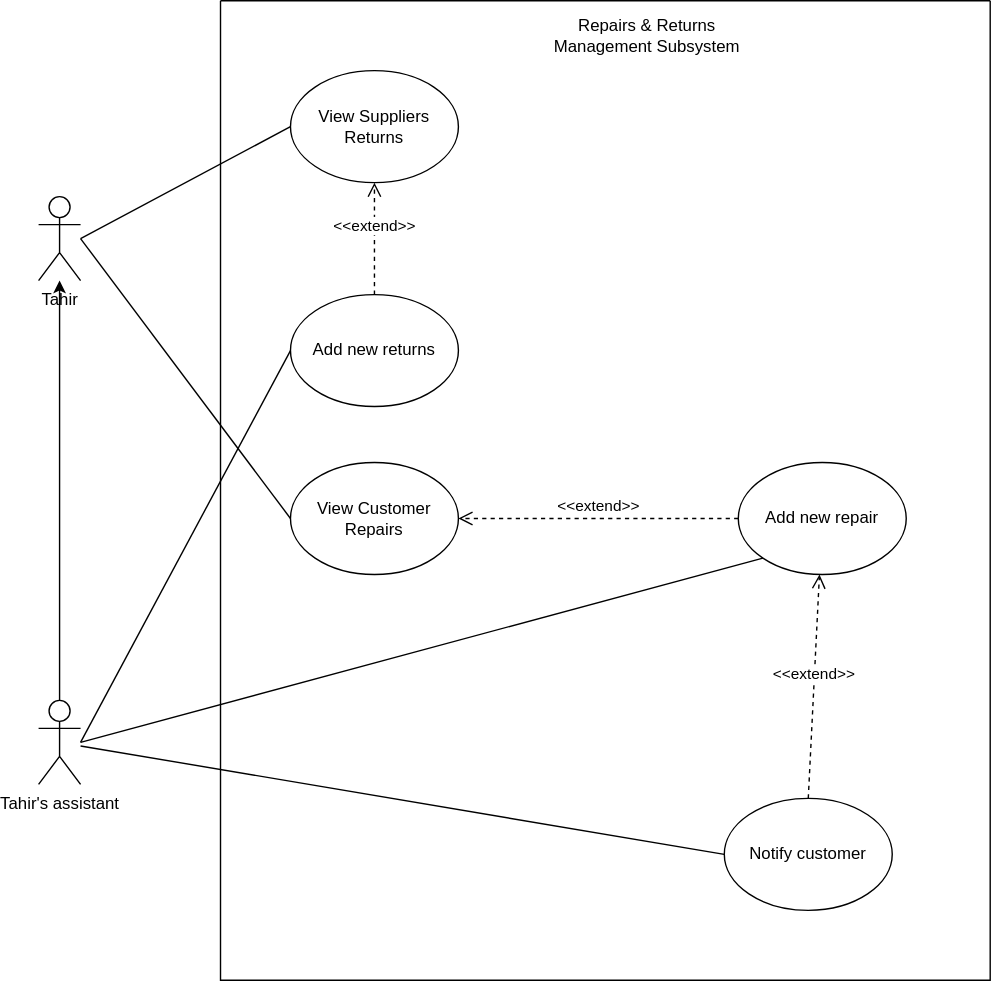
Above: Repairs and Damages.drawio.svg in Simamkele88/IFM3_GP (draw.io), before the change. Source tidied: cells renumbered, new cells last; positions are measured from the earlier drawing's top-left corner, leaving out a move shared by most shapes.
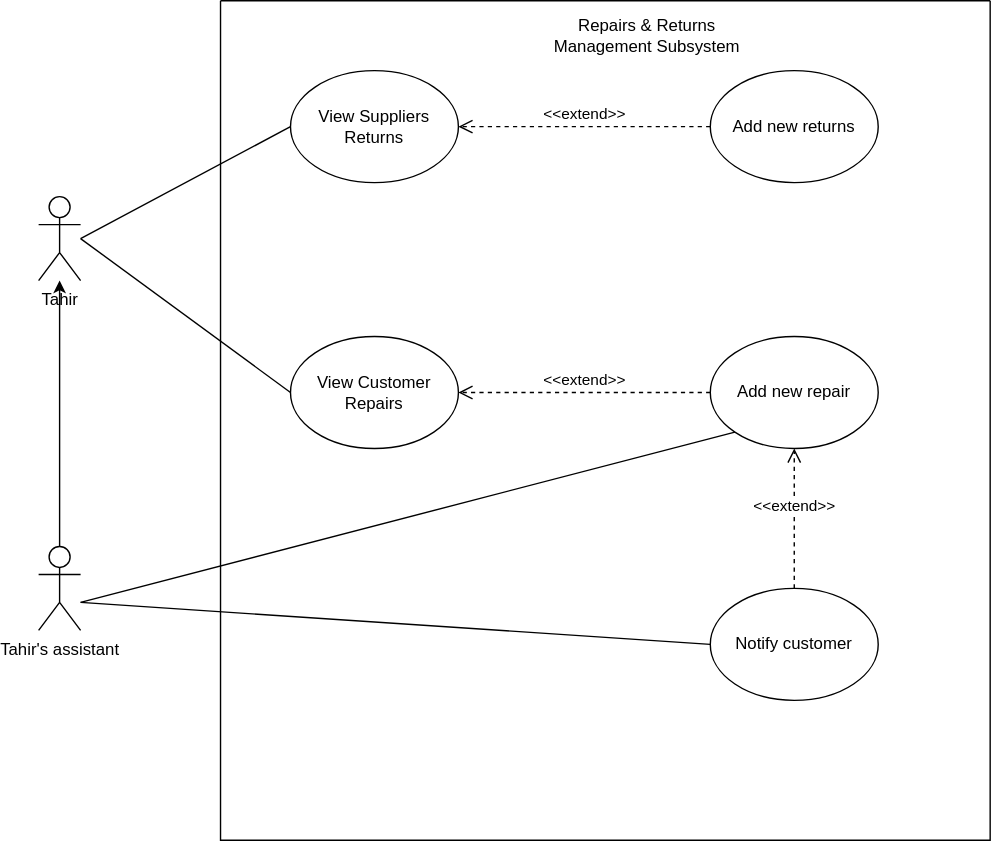
After the commit.

Change to the diagram source:
```diff
@@ -3,7 +3,7 @@
     <mxCell id="0" />
     <mxCell id="1" parent="0" />
     <mxCell id="2" style="swimlane;startSize=0;" parent="1" vertex="1">
-      <mxGeometry x="130" width="550" height="700" as="geometry" />
+      <mxGeometry x="130" width="550" height="600" as="geometry" />
     </mxCell>
     <mxCell id="3" value="Repairs &amp;amp; Returns Management Subsystem" style="text;html=1;align=center;verticalAlign=middle;whiteSpace=wrap;rounded=0;" parent="2" vertex="1">
       <mxGeometry x="230" y="10" width="150" height="30" as="geometry" />
@@ -12,16 +12,16 @@
       <mxGeometry x="50" y="50" width="120" height="80" as="geometry" />
     </mxCell>
     <mxCell id="5" value="Add new returns" style="ellipse;whiteSpace=wrap;html=1;" parent="2" vertex="1">
-      <mxGeometry x="50" y="210" width="120" height="80" as="geometry" />
+      <mxGeometry x="350" y="50" width="120" height="80" as="geometry" />
     </mxCell>
     <mxCell id="6" value="Add new repair" style="ellipse;whiteSpace=wrap;html=1;" parent="2" vertex="1">
-      <mxGeometry x="370" y="330" width="120" height="80" as="geometry" />
+      <mxGeometry x="350" y="240" width="120" height="80" as="geometry" />
     </mxCell>
     <mxCell id="7" value="View Customer&lt;div&gt;Repairs&lt;/div&gt;" style="ellipse;whiteSpace=wrap;html=1;" parent="2" vertex="1">
-      <mxGeometry x="50" y="330" width="120" height="80" as="geometry" />
+      <mxGeometry x="50" y="240" width="120" height="80" as="geometry" />
     </mxCell>
     <mxCell id="8" value="Notify customer" style="ellipse;whiteSpace=wrap;html=1;" parent="2" vertex="1">
-      <mxGeometry x="360" y="570" width="120" height="80" as="geometry" />
+      <mxGeometry x="350" y="420" width="120" height="80" as="geometry" />
     </mxCell>
     <mxCell id="9" value="&amp;lt;&amp;lt;extend&amp;gt;&amp;gt;" style="html=1;verticalAlign=bottom;endArrow=open;dashed=1;endSize=8;curved=0;rounded=0;exitX=0.5;exitY=0;exitDx=0;exitDy=0;" parent="2" edge="1" source="8" target="6">
       <mxGeometry relative="1" as="geometry" />
@@ -29,7 +29,7 @@
     <mxCell id="10" value="&amp;lt;&amp;lt;extend&amp;gt;&amp;gt;" style="html=1;verticalAlign=bottom;endArrow=open;dashed=1;endSize=8;curved=0;rounded=0;entryX=1;entryY=0.5;entryDx=0;entryDy=0;exitX=0;exitY=0.5;exitDx=0;exitDy=0;" parent="2" edge="1" source="6" target="7">
       <mxGeometry relative="1" as="geometry" />
     </mxCell>
-    <mxCell id="11" value="&amp;lt;&amp;lt;extend&amp;gt;&amp;gt;" style="html=1;verticalAlign=bottom;endArrow=open;dashed=1;endSize=8;curved=0;rounded=0;exitX=0.5;exitY=0;exitDx=0;exitDy=0;entryX=0.5;entryY=1;entryDx=0;entryDy=0;" parent="2" edge="1" source="5" target="4">
+    <mxCell id="11" value="&amp;lt;&amp;lt;extend&amp;gt;&amp;gt;" style="html=1;verticalAlign=bottom;endArrow=open;dashed=1;endSize=8;curved=0;rounded=0;exitX=0;exitY=0.5;exitDx=0;exitDy=0;entryX=1;entryY=0.5;entryDx=0;entryDy=0;" parent="2" edge="1" source="5" target="4">
       <mxGeometry relative="1" as="geometry" />
     </mxCell>
     <mxCell id="12" value="Tahir" style="shape=umlActor;verticalLabelPosition=bottom;verticalAlign=top;html=1;outlineConnect=0;" parent="1" vertex="1">
@@ -39,15 +39,17 @@
       <mxGeometry relative="1" as="geometry" />
     </mxCell>
     <mxCell id="14" value="Tahir's assistant" style="shape=umlActor;verticalLabelPosition=bottom;verticalAlign=top;html=1;outlineConnect=0;" parent="1" vertex="1">
-      <mxGeometry y="500" width="30" height="60" as="geometry" />
+      <mxGeometry y="390" width="30" height="60" as="geometry" />
     </mxCell>
     <mxCell id="15" style="endArrow=none;html=1;rounded=0;entryX=0;entryY=0.5;entryDx=0;entryDy=0;" parent="1" edge="1" target="7">
       <mxGeometry relative="1" as="geometry">
         <mxPoint x="30" y="170" as="sourcePoint" />
       </mxGeometry>
     </mxCell>
-    <mxCell id="16" style="endArrow=none;html=1;rounded=0;entryX=0;entryY=0.5;entryDx=0;entryDy=0;" parent="1" edge="1" source="14" target="8">
-      <mxGeometry relative="1" as="geometry" />
+    <mxCell id="16" style="endArrow=none;html=1;rounded=0;entryX=0;entryY=0.5;entryDx=0;entryDy=0;" parent="1" edge="1" target="8">
+      <mxGeometry relative="1" as="geometry">
+        <mxPoint x="30" y="430" as="sourcePoint" />
+      </mxGeometry>
     </mxCell>
     <mxCell id="17" style="endArrow=none;html=1;rounded=0;entryX=0;entryY=0.5;entryDx=0;entryDy=0;" parent="1" edge="1" target="4">
       <mxGeometry relative="1" as="geometry">
@@ -56,13 +58,8 @@
     </mxCell>
     <mxCell id="18" style="endArrow=none;html=1;rounded=0;entryX=0;entryY=1;entryDx=0;entryDy=0;" parent="1" edge="1" target="6">
       <mxGeometry relative="1" as="geometry">
-        <mxPoint x="30" y="530" as="sourcePoint" />
+        <mxPoint x="30" y="430" as="sourcePoint" />
       </mxGeometry>
     </mxCell>
-    <mxCell id="19" style="endArrow=none;html=1;rounded=0;entryX=0;entryY=0.5;entryDx=0;entryDy=0;" parent="1" edge="1" target="5">
-      <mxGeometry relative="1" as="geometry">
-        <mxPoint x="30" y="530" as="sourcePoint" />
-      </mxGeometry>
-    </mxCell>
   </root>
 </mxGraphModel>
```
